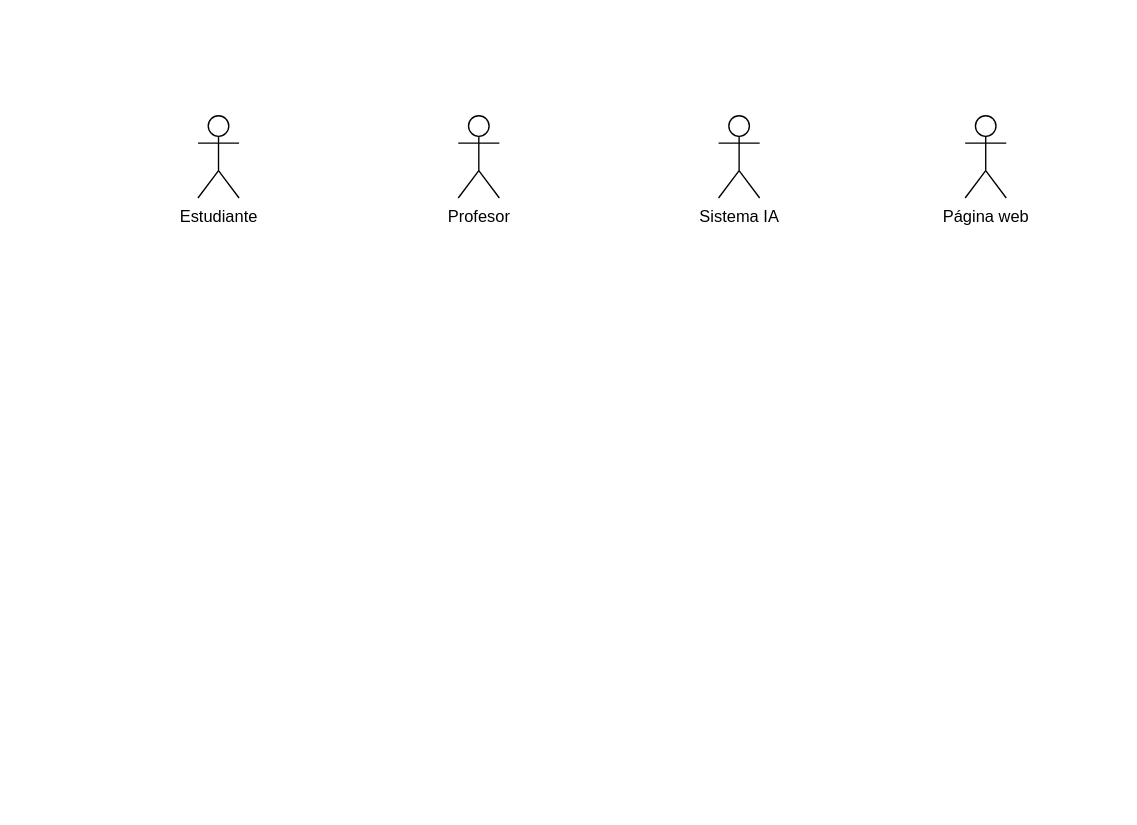
Before: docs/usecases/Diagrama sin título2.drawio in Juanb7737/calificia, a draw.io diagram. Source tidied: cells renumbered, new cells numbered last; positions are measured from the earlier drawing's top-left corner, leaving out a move shared by most shapes. Both pictures are drawn from the tidied source at 137%, with x=0, y=0 at pixel (197, 115).
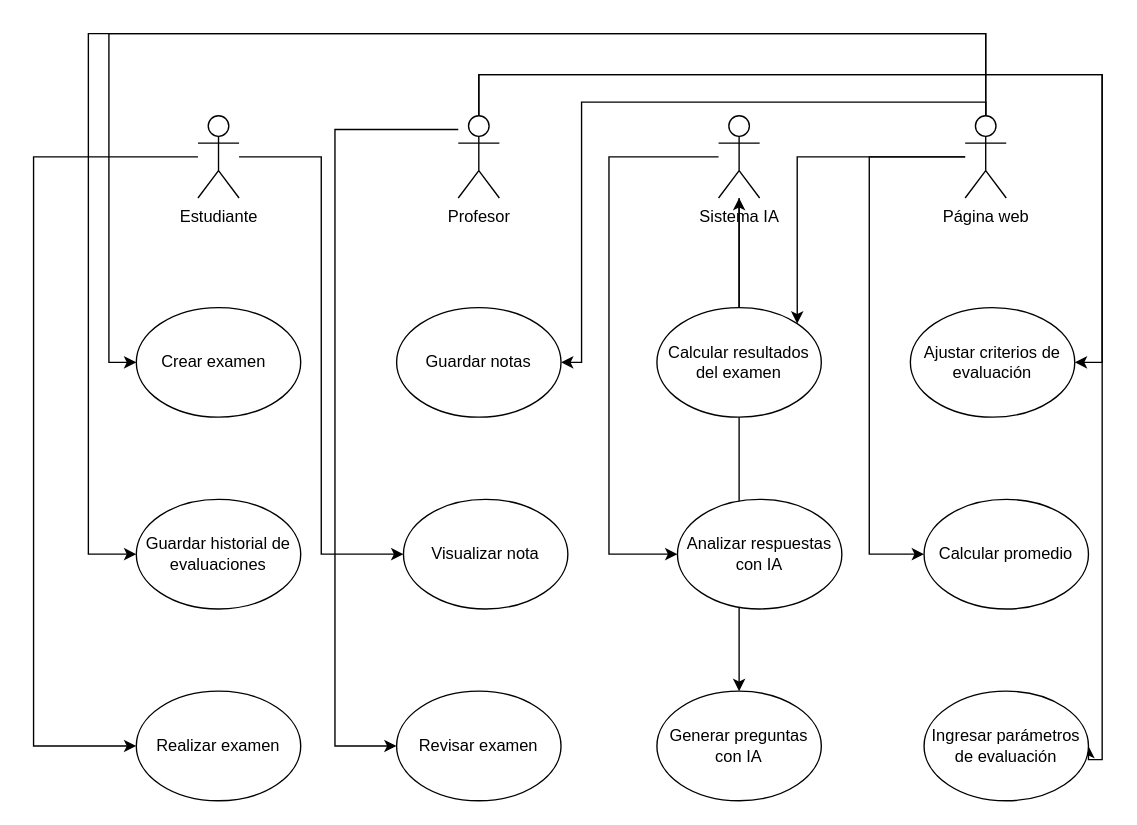
Above is the later version.

The change refers to these unchanged cells:
```xml
<mxCell id="2" value="Estudiante" style="shape=umlActor;verticalLabelPosition=bottom;verticalAlign=top;html=1;outlineConnect=0;" parent="1" vertex="1">
  <mxGeometry width="30" height="60" as="geometry" />
</mxCell>
<mxCell id="3" value="Profesor" style="shape=umlActor;verticalLabelPosition=bottom;verticalAlign=top;html=1;outlineConnect=0;" parent="1" vertex="1">
  <mxGeometry x="190" width="30" height="60" as="geometry" />
</mxCell>
<mxCell id="4" value="Sistema IA" style="shape=umlActor;verticalLabelPosition=bottom;verticalAlign=top;html=1;outlineConnect=0;" parent="1" vertex="1">
  <mxGeometry x="380" width="30" height="60" as="geometry" />
</mxCell>
<mxCell id="5" value="Página web" style="shape=umlActor;verticalLabelPosition=bottom;verticalAlign=top;html=1;outlineConnect=0;" parent="1" vertex="1">
  <mxGeometry x="560" width="30" height="60" as="geometry" />
</mxCell>
```

What changed in the source:
```diff
@@
+    <mxCell id="6" style="edgeStyle=orthogonalEdgeStyle;rounded=0;jettySize=auto;html=1;entryX=0;entryY=0.5;entryDx=0;entryDy=0;" parent="1" edge="1" source="2" target="24">
+      <mxGeometry relative="1" as="geometry" />
+    </mxCell>
+    <mxCell id="7" style="edgeStyle=orthogonalEdgeStyle;rounded=0;jettySize=auto;html=1;entryX=0;entryY=0.5;entryDx=0;entryDy=0;" parent="1" edge="1" source="2" target="30">
+      <mxGeometry relative="1" as="geometry">
+        <Array as="points">
+          <mxPoint x="-120" y="30" />
+          <mxPoint x="-120" y="460" />
+        </Array>
+      </mxGeometry>
+    </mxCell>
@@
+    <mxCell id="8" style="edgeStyle=orthogonalEdgeStyle;rounded=0;jettySize=auto;html=1;entryX=1;entryY=0.5;entryDx=0;entryDy=0;" parent="1" edge="1" source="3" target="22">
+      <mxGeometry relative="1" as="geometry">
+        <Array as="points">
+          <mxPoint x="205" y="-30" />
+          <mxPoint x="660" y="-30" />
+          <mxPoint x="660" y="180" />
+        </Array>
+      </mxGeometry>
+    </mxCell>
+    <mxCell id="9" style="edgeStyle=orthogonalEdgeStyle;rounded=0;jettySize=auto;html=1;" parent="1" edge="1" source="3" target="27">
+      <mxGeometry relative="1" as="geometry">
+        <Array as="points">
+          <mxPoint x="100" y="10" />
+        </Array>
+      </mxGeometry>
+    </mxCell>
+    <mxCell id="10" style="edgeStyle=orthogonalEdgeStyle;rounded=0;jettySize=auto;html=1;entryX=1;entryY=0.5;entryDx=0;entryDy=0;" parent="1" edge="1" source="3" target="29">
+      <mxGeometry relative="1" as="geometry">
+        <Array as="points">
+          <mxPoint x="205" y="-30" />
+          <mxPoint x="660" y="-30" />
+          <mxPoint x="660" y="470" />
+        </Array>
+      </mxGeometry>
+    </mxCell>
@@
+    <mxCell id="11" style="edgeStyle=orthogonalEdgeStyle;rounded=0;jettySize=auto;html=1;entryX=0;entryY=0.5;entryDx=0;entryDy=0;" parent="1" edge="1" source="4" target="25">
+      <mxGeometry relative="1" as="geometry">
+        <Array as="points">
+          <mxPoint x="300" y="30" />
+          <mxPoint x="300" y="320" />
+        </Array>
+      </mxGeometry>
+    </mxCell>
+    <mxCell id="12" style="edgeStyle=orthogonalEdgeStyle;rounded=0;jettySize=auto;html=1;entryX=0.5;entryY=0;entryDx=0;entryDy=0;" parent="1" edge="1" source="4" target="28">
+      <mxGeometry relative="1" as="geometry" />
+    </mxCell>
@@
+    <mxCell id="13" style="edgeStyle=orthogonalEdgeStyle;rounded=0;jettySize=auto;html=1;entryX=0;entryY=0.5;entryDx=0;entryDy=0;" parent="1" edge="1" source="5" target="18">
+      <mxGeometry relative="1" as="geometry">
+        <Array as="points">
+          <mxPoint x="575" y="-60" />
+          <mxPoint x="-65" y="-60" />
+          <mxPoint x="-65" y="180" />
+        </Array>
+      </mxGeometry>
+    </mxCell>
+    <mxCell id="14" style="edgeStyle=orthogonalEdgeStyle;rounded=0;jettySize=auto;html=1;entryX=1;entryY=0.5;entryDx=0;entryDy=0;" parent="1" edge="1" source="5" target="19">
+      <mxGeometry relative="1" as="geometry">
+        <Array as="points">
+          <mxPoint x="575" y="-10" />
+          <mxPoint x="280" y="-10" />
+          <mxPoint x="280" y="180" />
+        </Array>
+      </mxGeometry>
+    </mxCell>
+    <mxCell id="15" style="edgeStyle=orthogonalEdgeStyle;rounded=0;jettySize=auto;html=1;entryX=1;entryY=0;entryDx=0;entryDy=0;" parent="1" edge="1" source="5" target="21">
+      <mxGeometry relative="1" as="geometry" />
+    </mxCell>
+    <mxCell id="16" style="edgeStyle=orthogonalEdgeStyle;rounded=0;jettySize=auto;html=1;entryX=0;entryY=0.5;entryDx=0;entryDy=0;" parent="1" edge="1" source="5" target="23">
+      <mxGeometry relative="1" as="geometry">
+        <Array as="points">
+          <mxPoint x="575" y="-60" />
+          <mxPoint x="-80" y="-60" />
+          <mxPoint x="-80" y="320" />
+        </Array>
+      </mxGeometry>
+    </mxCell>
+    <mxCell id="17" style="edgeStyle=orthogonalEdgeStyle;rounded=0;jettySize=auto;html=1;entryX=0;entryY=0.5;entryDx=0;entryDy=0;" parent="1" edge="1" source="5" target="26">
+      <mxGeometry relative="1" as="geometry">
+        <Array as="points">
+          <mxPoint x="490" y="30" />
+          <mxPoint x="490" y="320" />
+        </Array>
+      </mxGeometry>
+    </mxCell>
@@
+    <mxCell id="18" value="Crear examen&amp;nbsp;&amp;nbsp;" style="ellipse;whiteSpace=wrap;html=1;" parent="1" vertex="1">
+      <mxGeometry x="-45" y="140" width="120" height="80" as="geometry" />
+    </mxCell>
+    <mxCell id="19" value="Guardar notas" style="ellipse;whiteSpace=wrap;html=1;" parent="1" vertex="1">
+      <mxGeometry x="145" y="140" width="120" height="80" as="geometry" />
+    </mxCell>
+    <mxCell id="20" style="edgeStyle=orthogonalEdgeStyle;rounded=0;jettySize=auto;html=1;" parent="1" edge="1" source="21" target="4">
+      <mxGeometry relative="1" as="geometry" />
+    </mxCell>
+    <mxCell id="21" value="Calcular resultados del examen" style="ellipse;whiteSpace=wrap;html=1;" parent="1" vertex="1">
+      <mxGeometry x="335" y="140" width="120" height="80" as="geometry" />
+    </mxCell>
+    <mxCell id="22" value="Ajustar criterios de evaluación" style="ellipse;whiteSpace=wrap;html=1;" parent="1" vertex="1">
+      <mxGeometry x="520" y="140" width="120" height="80" as="geometry" />
+    </mxCell>
+    <mxCell id="23" value="Guardar historial de evaluaciones" style="ellipse;whiteSpace=wrap;html=1;" parent="1" vertex="1">
+      <mxGeometry x="-45" y="280" width="120" height="80" as="geometry" />
+    </mxCell>
+    <mxCell id="24" value="Visualizar nota" style="ellipse;whiteSpace=wrap;html=1;" parent="1" vertex="1">
+      <mxGeometry x="150" y="280" width="120" height="80" as="geometry" />
+    </mxCell>
+    <mxCell id="25" value="Analizar respuestas con IA" style="ellipse;whiteSpace=wrap;html=1;" parent="1" vertex="1">
+      <mxGeometry x="350" y="280" width="120" height="80" as="geometry" />
+    </mxCell>
+    <mxCell id="26" value="Calcular promedio" style="ellipse;whiteSpace=wrap;html=1;" parent="1" vertex="1">
+      <mxGeometry x="530" y="280" width="120" height="80" as="geometry" />
+    </mxCell>
+    <mxCell id="27" value="Revisar examen" style="ellipse;whiteSpace=wrap;html=1;" parent="1" vertex="1">
+      <mxGeometry x="145" y="420" width="120" height="80" as="geometry" />
+    </mxCell>
+    <mxCell id="28" value="Generar preguntas con IA" style="ellipse;whiteSpace=wrap;html=1;" parent="1" vertex="1">
+      <mxGeometry x="335" y="420" width="120" height="80" as="geometry" />
+    </mxCell>
+    <mxCell id="29" value="Ingresar parámetros de evaluación" style="ellipse;whiteSpace=wrap;html=1;" parent="1" vertex="1">
+      <mxGeometry x="530" y="420" width="120" height="80" as="geometry" />
+    </mxCell>
+    <mxCell id="30" value="Realizar examen" style="ellipse;whiteSpace=wrap;html=1;" parent="1" vertex="1">
+      <mxGeometry x="-45" y="420" width="120" height="80" as="geometry" />
+    </mxCell>
```
